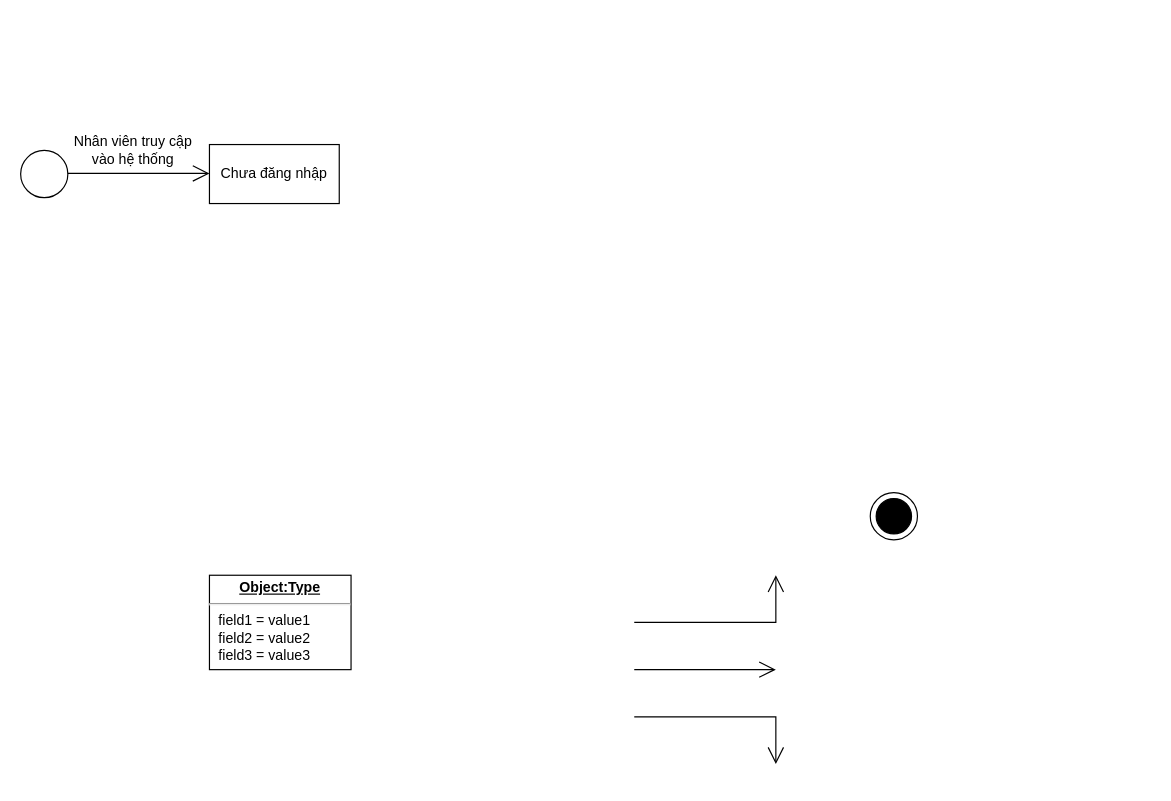
This is Biểu đồ không có tiêu đề.drawio from Khanh-BangPham/Diagram-Store, a draw.io file, before an edit. Source tidied: cells renumbered, new cells numbered last; positions are measured from the earlier drawing's top-left corner, leaving out a move shared by most shapes. Both pictures are drawn from the tidied source at 118%, with x=0, y=0 at pixel (20, 114).
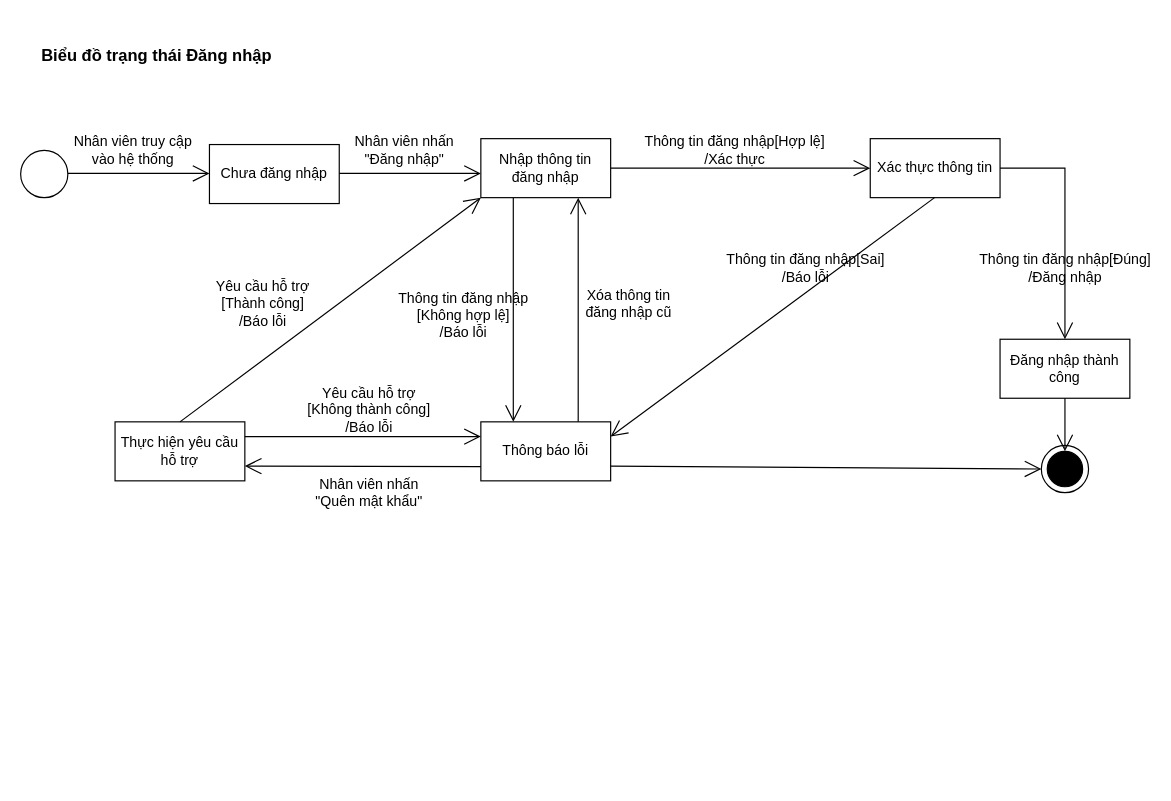
Above is the later version.

Commit message (it also covers changes not shown here):
Cập nhật Biểu đồ không có tiêu đề.drawio

Unchanged cells that the change refers to:
```xml
<mxCell id="7" style="ellipse;whiteSpace=wrap;html=1;" parent="6" vertex="1">
  <mxGeometry width="40" height="40" as="geometry" />
</mxCell>
<mxCell id="8" style="ellipse;whiteSpace=wrap;html=1;fillColor=#000000;" parent="6" vertex="1">
  <mxGeometry x="5" y="5" width="30" height="30" as="geometry" />
</mxCell>
```

What changed in the source:
```diff
@@
-    <mxCell id="3" value="&lt;p style=&quot;margin:0px;margin-top:4px;text-align:center;text-decoration:underline;&quot;&gt;&lt;b&gt;Object:Type&lt;/b&gt;&lt;/p&gt;&lt;hr/&gt;&lt;p style=&quot;margin:0px;margin-left:8px;&quot;&gt;field1 = value1&lt;br/&gt;field2 = value2&lt;br&gt;field3 = value3&lt;/p&gt;" style="verticalAlign=top;align=left;overflow=fill;fontSize=12;fontFamily=Helvetica;html=1;whiteSpace=wrap;" parent="1" vertex="1">
-      <mxGeometry x="160" y="390" width="120" height="80" as="geometry" />
-    </mxCell>
@@
-    <mxCell id="5" style="endArrow=open;endFill=1;endSize=12;html=1;rounded=0;" parent="1" edge="1">
-      <mxGeometry relative="1" as="geometry">
-        <mxPoint x="520" y="470" as="sourcePoint" />
-        <mxPoint x="640" y="470" as="targetPoint" />
-      </mxGeometry>
+    <mxCell id="5" style="endArrow=open;endFill=1;endSize=12;html=1;rounded=0;exitX=0.25;exitY=1;exitDx=0;exitDy=0;entryX=0.25;entryY=0;entryDx=0;entryDy=0;" parent="1" edge="1" source="16" target="15">
+      <mxGeometry relative="1" as="geometry" />
     </mxCell>
     <mxCell id="6" style="group;" parent="1" vertex="1">
-      <mxGeometry x="720" y="320" width="40" height="40" as="geometry" />
+      <mxGeometry x="865" y="280" width="40" height="40" as="geometry" />
     </mxCell>
@@
-    <mxCell id="9" style="endArrow=open;endFill=1;endSize=12;html=1;rounded=0;" parent="1" edge="1">
-      <mxGeometry relative="1" as="geometry">
-        <mxPoint x="520" y="430" as="sourcePoint" />
-        <mxPoint x="640" y="390" as="targetPoint" />
-        <Array as="points">
-          <mxPoint x="640" y="430" />
-        </Array>
-      </mxGeometry>
-    </mxCell>
-    <mxCell id="10" style="endArrow=open;endFill=1;endSize=12;html=1;rounded=0;" parent="1" edge="1">
-      <mxGeometry relative="1" as="geometry">
-        <mxPoint x="520" y="510" as="sourcePoint" />
-        <mxPoint x="640" y="550" as="targetPoint" />
-        <Array as="points">
-          <mxPoint x="640" y="510" />
-        </Array>
-      </mxGeometry>
-    </mxCell>
@@
+    <mxCell id="13" style="endArrow=open;endFill=1;endSize=12;html=1;rounded=0;" parent="1" edge="1">
+      <mxGeometry relative="1" as="geometry">
+        <mxPoint x="270" y="49.5" as="sourcePoint" />
+        <mxPoint x="390" y="49.5" as="targetPoint" />
+      </mxGeometry>
+    </mxCell>
+    <mxCell id="14" value="&lt;span style=&quot;font-weight: 400;&quot;&gt;Nhân viên nhấn &lt;br&gt;&quot;Đăng nhập&quot;&lt;br&gt;&lt;/span&gt;" style="text;align=center;fontStyle=1;verticalAlign=middle;spacingLeft=3;spacingRight=3;strokeColor=none;html=1;" parent="1" vertex="1">
+      <mxGeometry x="260" width="130" height="60" as="geometry" />
+    </mxCell>
+    <mxCell id="15" value="Thông báo lỗi" style="html=1;whiteSpace=wrap;" parent="1" vertex="1">
+      <mxGeometry x="390" y="260" width="110" height="50" as="geometry" />
+    </mxCell>
+    <mxCell id="16" value="Nhập thông tin&lt;br&gt;đăng nhập" style="html=1;whiteSpace=wrap;" parent="1" vertex="1">
+      <mxGeometry x="390" y="20" width="110" height="50" as="geometry" />
+    </mxCell>
+    <mxCell id="17" value="Xác thực thông tin" style="html=1;whiteSpace=wrap;" parent="1" vertex="1">
+      <mxGeometry x="720" y="20" width="110" height="50" as="geometry" />
+    </mxCell>
+    <mxCell id="18" value="Đăng nhập thành công" style="html=1;whiteSpace=wrap;" parent="1" vertex="1">
+      <mxGeometry x="830" y="190" width="110" height="50" as="geometry" />
+    </mxCell>
+    <mxCell id="19" style="endArrow=open;endFill=1;endSize=12;html=1;rounded=0;" parent="1" edge="1" target="17">
+      <mxGeometry relative="1" as="geometry">
+        <mxPoint x="500" y="45" as="sourcePoint" />
+      </mxGeometry>
+    </mxCell>
+    <mxCell id="20" value="&lt;span style=&quot;font-weight: 400;&quot;&gt;Thông tin đăng nhập[Hợp lệ]&lt;br&gt;/Xác thực&lt;br&gt;&lt;/span&gt;" style="text;align=center;fontStyle=1;verticalAlign=middle;spacingLeft=3;spacingRight=3;strokeColor=none;html=1;" parent="1" vertex="1">
+      <mxGeometry x="540" width="130" height="60" as="geometry" />
+    </mxCell>
+    <mxCell id="21" value="&lt;span style=&quot;font-weight: 400;&quot;&gt;Thông tin đăng nhập&lt;br&gt;[Không hợp lệ]&lt;br&gt;/Báo lỗi&lt;br&gt;&lt;/span&gt;" style="text;align=center;fontStyle=1;verticalAlign=middle;spacingLeft=3;spacingRight=3;strokeColor=none;html=1;" parent="1" vertex="1">
+      <mxGeometry x="310" y="140" width="130" height="60" as="geometry" />
+    </mxCell>
+    <mxCell id="22" style="endArrow=open;endFill=1;endSize=12;html=1;rounded=0;exitX=0.5;exitY=1;exitDx=0;exitDy=0;entryX=1;entryY=0.25;entryDx=0;entryDy=0;" parent="1" edge="1" target="15">
+      <mxGeometry relative="1" as="geometry">
+        <mxPoint x="774.5" y="70" as="sourcePoint" />
+      </mxGeometry>
+    </mxCell>
+    <mxCell id="23" value="&lt;span style=&quot;font-weight: 400;&quot;&gt;Thông tin đăng nhập[Đúng]&lt;br&gt;/Đăng nhập&lt;br&gt;&lt;/span&gt;" style="text;align=center;fontStyle=1;verticalAlign=middle;spacingLeft=3;spacingRight=3;strokeColor=none;html=1;" parent="1" vertex="1">
+      <mxGeometry x="820" y="100" width="130" height="60" as="geometry" />
+    </mxCell>
+    <mxCell id="24" style="endArrow=open;endFill=1;endSize=12;html=1;rounded=0;entryX=0.5;entryY=0;entryDx=0;entryDy=0;" parent="1" edge="1" target="18">
+      <mxGeometry relative="1" as="geometry">
+        <mxPoint x="830" y="45" as="sourcePoint" />
+        <Array as="points">
+          <mxPoint x="885" y="45" />
+        </Array>
+      </mxGeometry>
+    </mxCell>
+    <mxCell id="25" value="&lt;span style=&quot;font-weight: 400;&quot;&gt;Thông tin đăng nhập[Sai]&lt;br&gt;/Báo lỗi&lt;br&gt;&lt;/span&gt;" style="text;align=center;fontStyle=1;verticalAlign=middle;spacingLeft=3;spacingRight=3;strokeColor=none;html=1;" parent="1" vertex="1">
+      <mxGeometry x="600" y="100" width="130" height="60" as="geometry" />
+    </mxCell>
+    <mxCell id="26" style="endArrow=open;endFill=1;endSize=12;html=1;rounded=0;entryX=0.75;entryY=1;entryDx=0;entryDy=0;exitX=0.75;exitY=0;exitDx=0;exitDy=0;" parent="1" edge="1" source="15" target="16">
+      <mxGeometry relative="1" as="geometry" />
+    </mxCell>
+    <mxCell id="27" value="&lt;span style=&quot;font-weight: 400;&quot;&gt;Xóa thông tin &lt;br&gt;đăng nhập cũ&lt;br&gt;&lt;/span&gt;" style="text;align=center;fontStyle=1;verticalAlign=middle;spacingLeft=3;spacingRight=3;strokeColor=none;html=1;" parent="1" vertex="1">
+      <mxGeometry x="450" y="130" width="130" height="60" as="geometry" />
+    </mxCell>
+    <mxCell id="28" value="Thực hiện yêu cầu hỗ trợ" style="html=1;whiteSpace=wrap;" parent="1" vertex="1">
+      <mxGeometry x="80" y="260" width="110" height="50" as="geometry" />
+    </mxCell>
+    <mxCell id="29" style="endArrow=open;endFill=1;endSize=12;html=1;rounded=0;exitX=0.5;exitY=1;exitDx=0;exitDy=0;entryX=0.5;entryY=0;entryDx=0;entryDy=0;" parent="1" edge="1" source="18" target="8">
+      <mxGeometry relative="1" as="geometry" />
+    </mxCell>
+    <mxCell id="30" style="endArrow=open;endFill=1;endSize=12;html=1;rounded=0;entryX=1;entryY=0.75;entryDx=0;entryDy=0;" parent="1" edge="1" target="28">
+      <mxGeometry relative="1" as="geometry">
+        <mxPoint x="390" y="298" as="sourcePoint" />
+      </mxGeometry>
+    </mxCell>
+    <mxCell id="31" value="&lt;span style=&quot;font-weight: 400;&quot;&gt;Nhân viên nhấn &lt;br&gt;&quot;Quên mật khẩu&quot;&lt;br&gt;&lt;/span&gt;" style="text;align=center;fontStyle=1;verticalAlign=middle;spacingLeft=3;spacingRight=3;strokeColor=none;html=1;" parent="1" vertex="1">
+      <mxGeometry x="230" y="290" width="130" height="60" as="geometry" />
+    </mxCell>
+    <mxCell id="32" style="endArrow=open;endFill=1;endSize=12;html=1;rounded=0;exitX=0.5;exitY=0;exitDx=0;exitDy=0;entryX=0;entryY=1;entryDx=0;entryDy=0;" parent="1" edge="1" source="28" target="16">
+      <mxGeometry relative="1" as="geometry" />
+    </mxCell>
+    <mxCell id="33" style="endArrow=open;endFill=1;endSize=12;html=1;rounded=0;entryX=0;entryY=0.25;entryDx=0;entryDy=0;exitX=1;exitY=0.25;exitDx=0;exitDy=0;" parent="1" edge="1" source="28" target="15">
+      <mxGeometry relative="1" as="geometry" />
+    </mxCell>
+    <mxCell id="34" value="&lt;span style=&quot;font-weight: 400;&quot;&gt;Yêu cầu hỗ trợ&lt;br&gt;[Không thành công]&lt;br&gt;/Báo lỗi&lt;br&gt;&lt;/span&gt;" style="text;align=center;fontStyle=1;verticalAlign=middle;spacingLeft=3;spacingRight=3;strokeColor=none;html=1;" parent="1" vertex="1">
+      <mxGeometry x="230" y="220" width="130" height="60" as="geometry" />
+    </mxCell>
+    <mxCell id="35" value="&lt;span style=&quot;font-weight: 400;&quot;&gt;Yêu cầu hỗ trợ&lt;br&gt;[Thành công]&lt;br&gt;/Báo lỗi&lt;br&gt;&lt;/span&gt;" style="text;align=center;fontStyle=1;verticalAlign=middle;spacingLeft=3;spacingRight=3;strokeColor=none;html=1;" parent="1" vertex="1">
+      <mxGeometry x="140" y="130" width="130" height="60" as="geometry" />
+    </mxCell>
+    <mxCell id="36" style="endArrow=open;endFill=1;endSize=12;html=1;rounded=0;entryX=0;entryY=0.5;entryDx=0;entryDy=0;exitX=1;exitY=0.75;exitDx=0;exitDy=0;" parent="1" edge="1" source="15" target="7">
+      <mxGeometry relative="1" as="geometry" />
+    </mxCell>
+    <mxCell id="37" value="&lt;font style=&quot;font-size: 14px;&quot;&gt;Biểu đồ trạng thái Đăng nhập&lt;/font&gt;" style="text;align=center;fontStyle=1;verticalAlign=middle;spacingLeft=3;spacingRight=3;strokeColor=none;html=1;" parent="1" vertex="1">
+      <mxGeometry x="50" y="-80" width="130" height="60" as="geometry" />
+    </mxCell>
```
